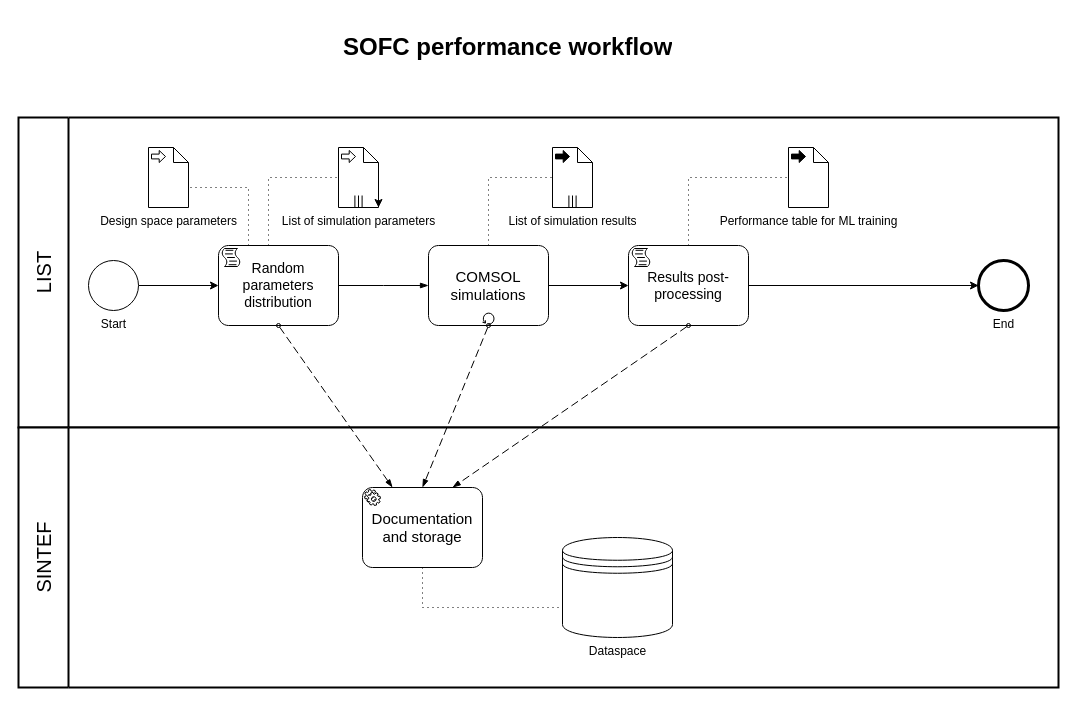
Earlier version of the draw.io diagram page "sofc_performance" (2 of 2) of docs/workflow_diagrams.drawio (M-ERA-NET-MEDIATE/DataDocumentation). Source tidied: cells renumbered, new cells numbered last; positions are measured from the earlier drawing's top-left corner, leaving out a move shared by most shapes. Both pictures are drawn from the tidied source at 100%, with x=0, y=0 at pixel (18, 27).
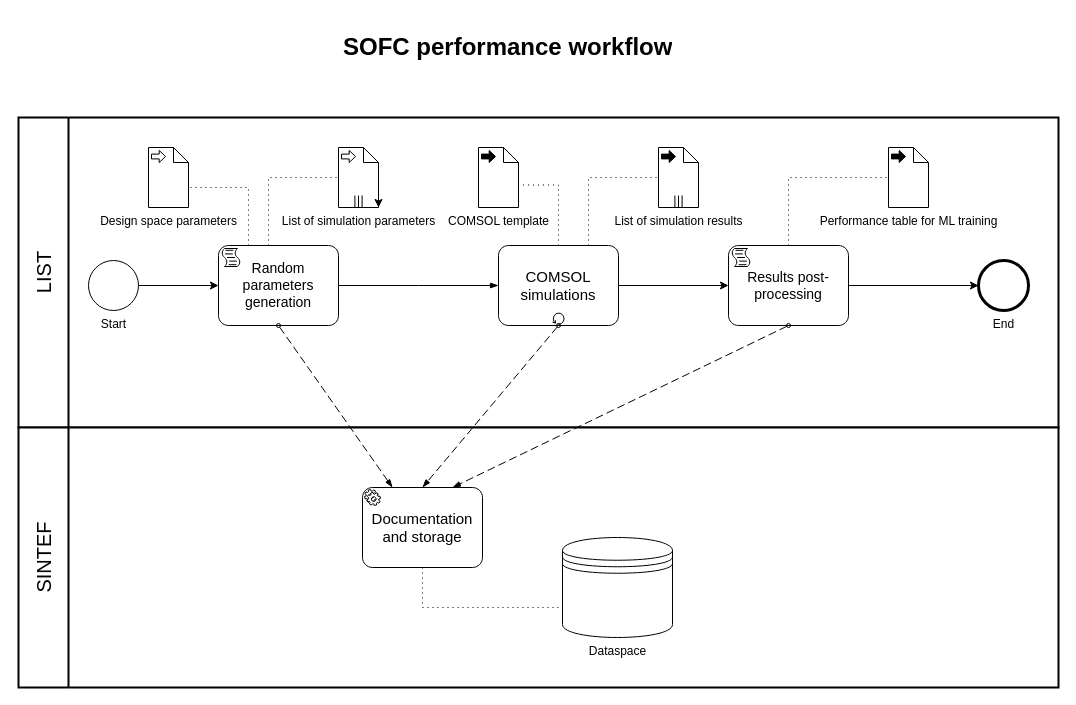
The same page after the edit.

The change refers to these unchanged cells:
```xml
<mxCell id="2" value="LIST" style="swimlane;html=1;startSize=50;fontStyle=0;horizontal=0;swimlaneLine=1;swimlaneFillColor=#ffffff;strokeWidth=2;whiteSpace=wrap;fontSize=20;" parent="1" vertex="1">
  <mxGeometry y="90" width="1040" height="310" as="geometry" />
</mxCell>
```

Diff of the diagram source:
```diff
@@
     <mxCell id="6" value="COMSOL simulations" style="points=[[0.25,0,0],[0.5,0,0],[0.75,0,0],[1,0.25,0],[1,0.5,0],[1,0.75,0],[0.75,1,0],[0.5,1,0],[0.25,1,0],[0,0.75,0],[0,0.5,0],[0,0.25,0]];shape=mxgraph.bpmn.task;whiteSpace=wrap;rectStyle=rounded;size=10;html=1;taskMarker=abstract;isLoopStandard=1;fontSize=15;" parent="2" vertex="1">
-      <mxGeometry x="410" y="128" width="120" height="80" as="geometry" />
+      <mxGeometry x="480" y="128" width="120" height="80" as="geometry" />
     </mxCell>
@@
     <mxCell id="8" value="List of simulation results" style="shape=mxgraph.bpmn.data;labelPosition=center;verticalLabelPosition=bottom;align=center;verticalAlign=top;size=15;html=1;bpmnTransferType=output;isCollection=1;" parent="2" vertex="1">
-      <mxGeometry x="534" y="30" width="40" height="60" as="geometry" />
+      <mxGeometry x="640" y="30" width="40" height="60" as="geometry" />
     </mxCell>
@@
     <mxCell id="11" value="Performance table for ML training" style="shape=mxgraph.bpmn.data;labelPosition=center;verticalLabelPosition=bottom;align=center;verticalAlign=top;size=15;html=1;bpmnTransferType=output;" parent="2" vertex="1">
-      <mxGeometry x="770" y="30" width="40" height="60" as="geometry" />
+      <mxGeometry x="870" y="30" width="40" height="60" as="geometry" />
     </mxCell>
@@
     <mxCell id="14" style="edgeStyle=elbowEdgeStyle;fontSize=12;html=1;endFill=0;startFill=0;endSize=6;startSize=6;dashed=1;dashPattern=1 4;endArrow=none;startArrow=none;rounded=0;exitX=0.75;exitY=0;exitDx=0;exitDy=0;exitPerimeter=0;entryX=0;entryY=0.5;entryDx=0;entryDy=0;entryPerimeter=0;" parent="2" edge="1" source="6" target="8">
       <mxGeometry relative="1" as="geometry">
         <Array as="points">
-          <mxPoint x="470" y="110" />
+          <mxPoint x="570" y="100" />
         </Array>
       </mxGeometry>
     </mxCell>
-    <mxCell id="15" style="edgeStyle=elbowEdgeStyle;fontSize=12;html=1;endFill=0;startFill=0;endSize=6;startSize=6;dashed=1;dashPattern=1 4;endArrow=none;startArrow=none;rounded=0;exitX=0.5;exitY=0;exitDx=0;exitDy=0;exitPerimeter=0;entryX=0;entryY=0.5;entryDx=0;entryDy=0;entryPerimeter=0;" parent="2" edge="1" target="11">
+    <mxCell id="15" style="edgeStyle=elbowEdgeStyle;fontSize=12;html=1;endFill=0;startFill=0;endSize=6;startSize=6;dashed=1;dashPattern=1 4;endArrow=none;startArrow=none;rounded=0;exitX=0.5;exitY=0;exitDx=0;exitDy=0;exitPerimeter=0;entryX=0;entryY=0.5;entryDx=0;entryDy=0;entryPerimeter=0;" parent="2" edge="1" source="17" target="11">
       <mxGeometry relative="1" as="geometry">
-        <mxPoint x="670" y="128" as="sourcePoint" />
         <Array as="points">
-          <mxPoint x="670" y="90" />
+          <mxPoint x="770" y="90" />
         </Array>
       </mxGeometry>
     </mxCell>
-    <mxCell id="16" value="Random parameters distribution" style="points=[[0.25,0,0],[0.5,0,0],[0.75,0,0],[1,0.25,0],[1,0.5,0],[1,0.75,0],[0.75,1,0],[0.5,1,0],[0.25,1,0],[0,0.75,0],[0,0.5,0],[0,0.25,0]];shape=mxgraph.bpmn.task;whiteSpace=wrap;rectStyle=rounded;size=10;html=1;taskMarker=script;fontSize=14;" parent="2" vertex="1">
+    <mxCell id="16" value="Random parameters generation" style="points=[[0.25,0,0],[0.5,0,0],[0.75,0,0],[1,0.25,0],[1,0.5,0],[1,0.75,0],[0.75,1,0],[0.5,1,0],[0.25,1,0],[0,0.75,0],[0,0.5,0],[0,0.25,0]];shape=mxgraph.bpmn.task;whiteSpace=wrap;rectStyle=rounded;size=10;html=1;taskMarker=script;fontSize=14;" parent="2" vertex="1">
       <mxGeometry x="200" y="128" width="120" height="80" as="geometry" />
     </mxCell>
     <mxCell id="17" value="Results post-processing" style="points=[[0.25,0,0],[0.5,0,0],[0.75,0,0],[1,0.25,0],[1,0.5,0],[1,0.75,0],[0.75,1,0],[0.5,1,0],[0.25,1,0],[0,0.75,0],[0,0.5,0],[0,0.25,0]];shape=mxgraph.bpmn.task;whiteSpace=wrap;rectStyle=rounded;size=10;html=1;taskMarker=script;fontSize=14;" parent="2" vertex="1">
-      <mxGeometry x="610" y="128" width="120" height="80" as="geometry" />
+      <mxGeometry x="710" y="128" width="120" height="80" as="geometry" />
     </mxCell>
@@
+    <mxCell id="29" value="COMSOL template" style="shape=mxgraph.bpmn.data;labelPosition=center;verticalLabelPosition=bottom;align=center;verticalAlign=top;size=15;html=1;bpmnTransferType=output;" parent="2" vertex="1">
+      <mxGeometry x="460" y="30" width="40" height="60" as="geometry" />
+    </mxCell>
+    <mxCell id="30" style="edgeStyle=elbowEdgeStyle;fontSize=12;html=1;endFill=0;startFill=0;endSize=6;startSize=6;dashed=1;dashPattern=1 4;endArrow=none;startArrow=none;rounded=0;exitX=0.5;exitY=0;exitDx=0;exitDy=0;exitPerimeter=0;entryX=0;entryY=0;entryDx=40;entryDy=37.5;entryPerimeter=0;" parent="2" edge="1" source="6" target="29">
+      <mxGeometry relative="1" as="geometry">
+        <Array as="points">
+          <mxPoint x="540" y="100" />
+        </Array>
+      </mxGeometry>
+    </mxCell>
```
